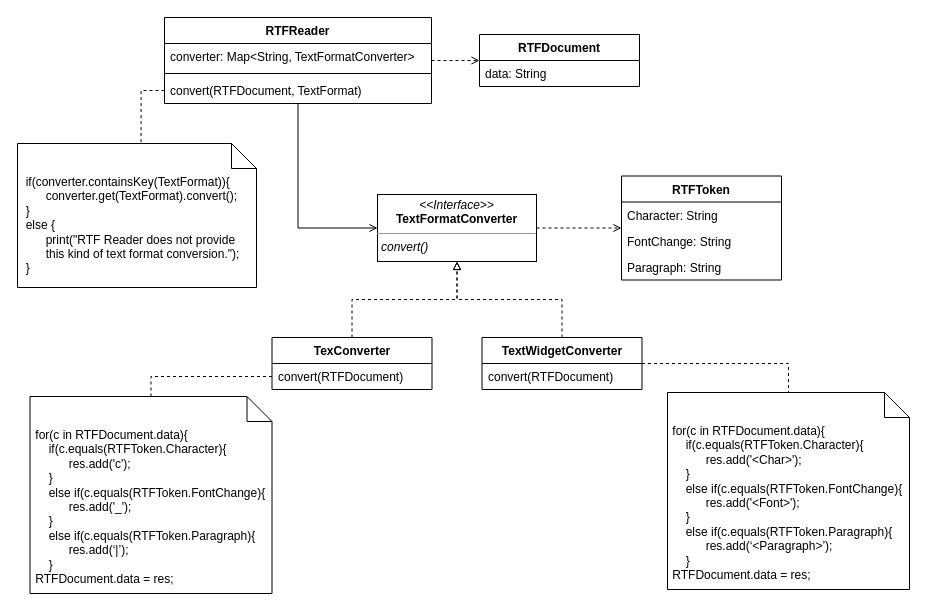
Janette-Hua/111-1-Software-Engineering-Design keeps this draw.io diagram as page "refactoredDesign" (2 of 3) of HW2 RTFConverter.drawio. Above is the earlier version. Source tidied: cells renumbered, new cells numbered last; positions are measured from the earlier drawing's top-left corner, leaving out a move shared by most shapes. Both pictures are drawn from the tidied source at 100%, with x=0, y=0 at pixel (17, 17).
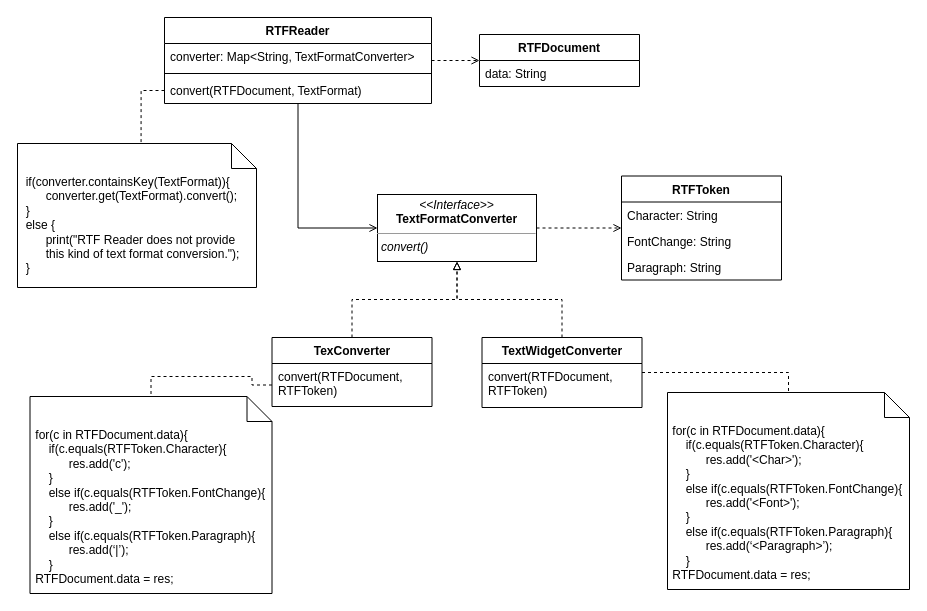
The same page after the edit.

What changed in the source:
```diff
@@
     <mxCell id="9" value="TexConverter" style="swimlane;fontStyle=1;align=center;verticalAlign=top;horizontal=1;startSize=26;whiteSpace=wrap;html=1;" parent="1" vertex="1">
-      <mxGeometry x="254.5" y="320" width="160" height="52" as="geometry" />
+      <mxGeometry x="254.5" y="320" width="160" height="69" as="geometry" />
     </mxCell>
-    <mxCell id="10" value="convert(RTFDocument)" style="text;strokeColor=none;fillColor=none;align=left;verticalAlign=top;spacingLeft=4;spacingRight=4;overflow=hidden;points=[[0,0.5],[1,0.5]];portConstraint=eastwest;whiteSpace=wrap;html=1;" parent="9" vertex="1">
-      <mxGeometry y="26" width="160" height="26" as="geometry" />
+    <mxCell id="10" value="convert(RTFDocument, RTFToken)" style="text;strokeColor=none;fillColor=none;align=left;verticalAlign=top;spacingLeft=4;spacingRight=4;overflow=hidden;points=[[0,0.5],[1,0.5]];portConstraint=eastwest;whiteSpace=wrap;html=1;" parent="9" vertex="1">
+      <mxGeometry y="26" width="160" height="43" as="geometry" />
     </mxCell>
@@
     <mxCell id="13" value="TextWidgetConverter" style="swimlane;fontStyle=1;align=center;verticalAlign=top;horizontal=1;startSize=26;whiteSpace=wrap;html=1;" parent="1" vertex="1">
-      <mxGeometry x="464.5" y="320" width="160" height="52" as="geometry" />
+      <mxGeometry x="464.5" y="320" width="160" height="70" as="geometry" />
     </mxCell>
-    <mxCell id="14" value="convert(RTFDocument)" style="text;strokeColor=none;fillColor=none;align=left;verticalAlign=top;spacingLeft=4;spacingRight=4;overflow=hidden;whiteSpace=wrap;html=1;" parent="13" vertex="1">
-      <mxGeometry y="26" width="160" height="26" as="geometry" />
+    <mxCell id="14" value="convert(RTFDocument, RTFToken)" style="text;strokeColor=none;fillColor=none;align=left;verticalAlign=top;spacingLeft=4;spacingRight=4;overflow=hidden;whiteSpace=wrap;html=1;" parent="13" vertex="1">
+      <mxGeometry y="26" width="160" height="44" as="geometry" />
     </mxCell>
```
